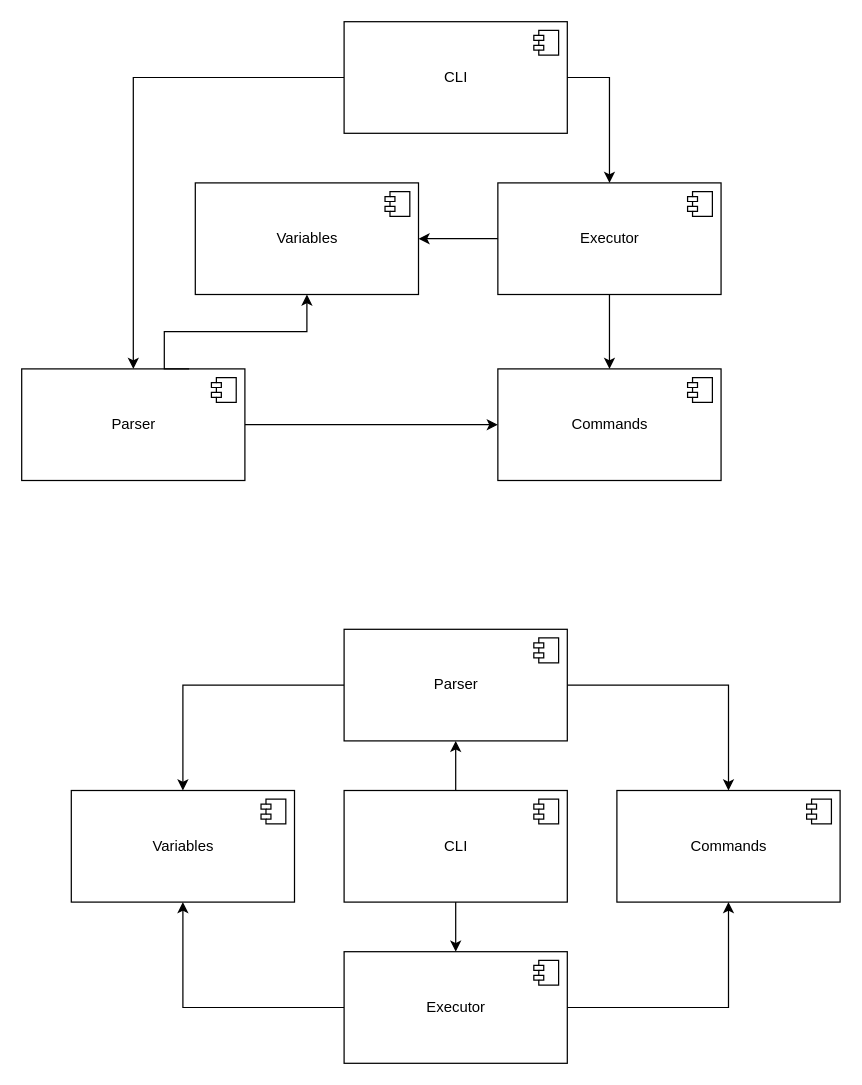
Before: page "Components" (1 of 6) of CLI/CLI_diagrams.drawio in victoriafomina/Software-Design, a draw.io diagram. Source tidied: cells renumbered, new cells numbered last; positions are measured from the earlier drawing's top-left corner, leaving out a move shared by most shapes. Both pictures are drawn from the tidied source at 124%, with x=0, y=0 at pixel (21, 21).
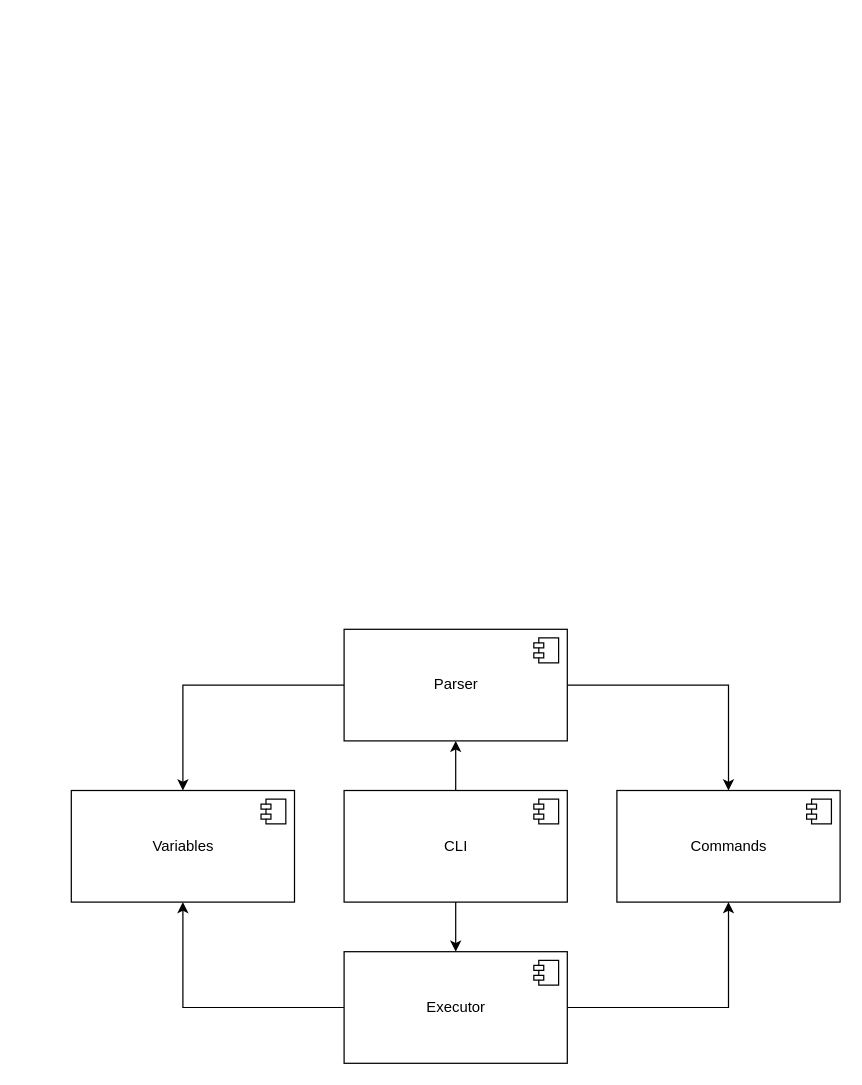
The same page after the edit.

What changed in the source:
```diff
@@
-    <mxCell id="2" style="edgeStyle=orthogonalEdgeStyle;rounded=0;jettySize=auto;html=1;exitX=0;exitY=0.5;exitDx=0;exitDy=0;entryX=0.5;entryY=0;entryDx=0;entryDy=0;" parent="1" edge="1" source="3" target="6">
-      <mxGeometry relative="1" as="geometry" />
-    </mxCell>
-    <mxCell id="3" value="CLI" style="html=1;" parent="1" vertex="1">
-      <mxGeometry x="260" width="180" height="90" as="geometry" />
-    </mxCell>
-    <mxCell id="4" style="shape=module;jettyWidth=8;jettyHeight=4;" parent="3" vertex="1">
-      <mxGeometry x="1" width="20" height="20" relative="1" as="geometry">
-        <mxPoint x="-27" y="7" as="offset" />
-      </mxGeometry>
-    </mxCell>
-    <mxCell id="5" style="edgeStyle=orthogonalEdgeStyle;rounded=0;jettySize=auto;html=1;exitX=1;exitY=0.5;exitDx=0;exitDy=0;entryX=0;entryY=0.5;entryDx=0;entryDy=0;" parent="1" edge="1" source="6" target="8">
-      <mxGeometry relative="1" as="geometry" />
-    </mxCell>
-    <mxCell id="6" value="Parser" style="html=1;" parent="1" vertex="1">
-      <mxGeometry y="280" width="180" height="90" as="geometry" />
-    </mxCell>
-    <mxCell id="7" style="shape=module;jettyWidth=8;jettyHeight=4;" parent="6" vertex="1">
-      <mxGeometry x="1" width="20" height="20" relative="1" as="geometry">
-        <mxPoint x="-27" y="7" as="offset" />
-      </mxGeometry>
-    </mxCell>
-    <mxCell id="8" value="Commands" style="html=1;" parent="1" vertex="1">
-      <mxGeometry x="384" y="280" width="180" height="90" as="geometry" />
-    </mxCell>
-    <mxCell id="9" style="shape=module;jettyWidth=8;jettyHeight=4;" parent="8" vertex="1">
-      <mxGeometry x="1" width="20" height="20" relative="1" as="geometry">
-        <mxPoint x="-27" y="7" as="offset" />
-      </mxGeometry>
-    </mxCell>
-    <mxCell id="10" value="Executor" style="html=1;" parent="1" vertex="1">
-      <mxGeometry x="384" y="130" width="180" height="90" as="geometry" />
-    </mxCell>
-    <mxCell id="11" style="shape=module;jettyWidth=8;jettyHeight=4;" parent="10" vertex="1">
-      <mxGeometry x="1" width="20" height="20" relative="1" as="geometry">
-        <mxPoint x="-27" y="7" as="offset" />
-      </mxGeometry>
-    </mxCell>
-    <mxCell id="12" value="Variables" style="html=1;" parent="1" vertex="1">
-      <mxGeometry x="140" y="130" width="180" height="90" as="geometry" />
-    </mxCell>
-    <mxCell id="13" style="shape=module;jettyWidth=8;jettyHeight=4;" parent="12" vertex="1">
-      <mxGeometry x="1" width="20" height="20" relative="1" as="geometry">
-        <mxPoint x="-27" y="7" as="offset" />
-      </mxGeometry>
-    </mxCell>
-    <mxCell id="14" style="edgeStyle=orthogonalEdgeStyle;rounded=0;jettySize=auto;html=1;exitX=1;exitY=0.5;exitDx=0;exitDy=0;entryX=0.5;entryY=0;entryDx=0;entryDy=0;" parent="1" edge="1" source="3" target="10">
-      <mxGeometry relative="1" as="geometry">
-        <Array as="points">
-          <mxPoint x="474" y="45" />
-        </Array>
-      </mxGeometry>
-    </mxCell>
-    <mxCell id="15" style="edgeStyle=orthogonalEdgeStyle;rounded=0;jettySize=auto;html=1;exitX=0.75;exitY=0;exitDx=0;exitDy=0;entryX=0.5;entryY=1;entryDx=0;entryDy=0;" parent="1" edge="1" source="6" target="12">
-      <mxGeometry relative="1" as="geometry">
-        <Array as="points">
-          <mxPoint x="115" y="250" />
-          <mxPoint x="230" y="250" />
-        </Array>
-      </mxGeometry>
-    </mxCell>
-    <mxCell id="16" style="edgeStyle=orthogonalEdgeStyle;rounded=0;jettySize=auto;html=1;exitX=0.5;exitY=1;exitDx=0;exitDy=0;entryX=0.5;entryY=0;entryDx=0;entryDy=0;" parent="1" edge="1" source="10" target="8">
-      <mxGeometry relative="1" as="geometry" />
-    </mxCell>
-    <mxCell id="17" style="edgeStyle=orthogonalEdgeStyle;rounded=0;jettySize=auto;html=1;exitX=0;exitY=0.5;exitDx=0;exitDy=0;entryX=1;entryY=0.5;entryDx=0;entryDy=0;" parent="1" edge="1" source="10" target="12">
-      <mxGeometry relative="1" as="geometry">
-        <Array as="points">
-          <mxPoint x="367" y="175" />
-          <mxPoint x="367" y="175" />
-        </Array>
-      </mxGeometry>
-    </mxCell>
```
